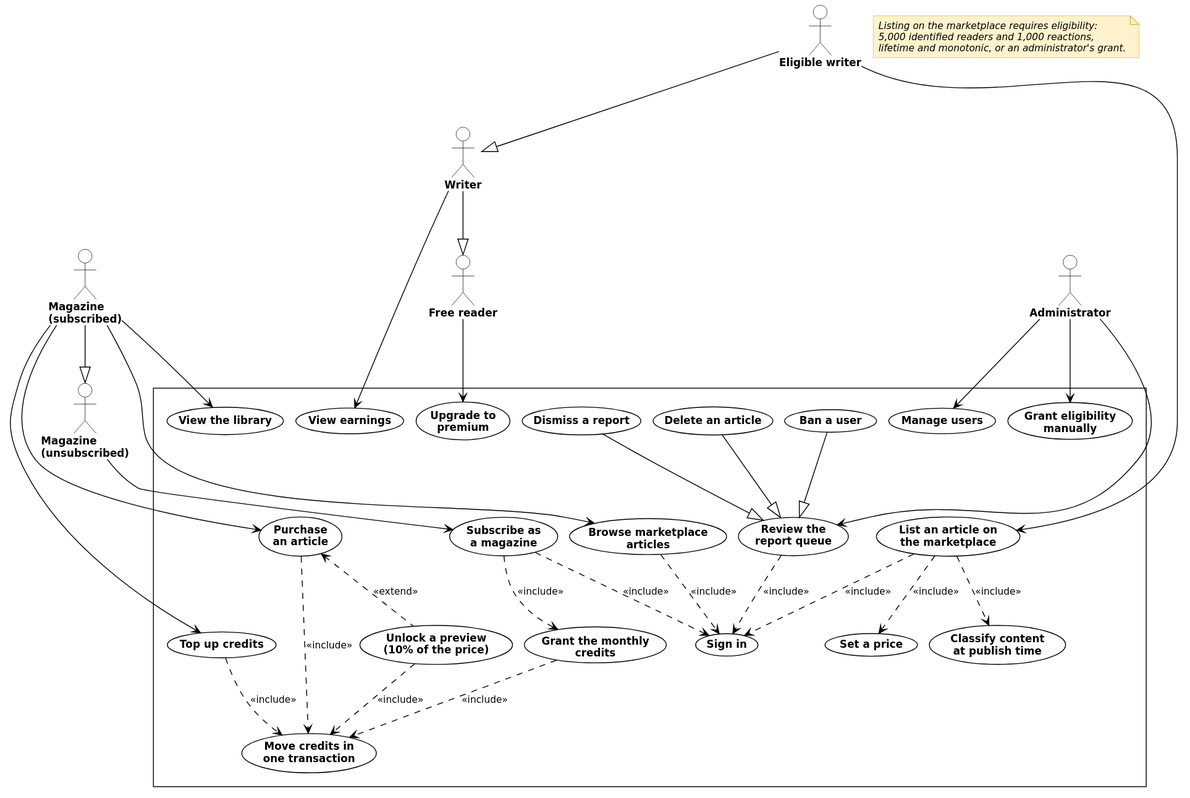
Earlier version of the PlantUML export diagrams/fig-6-1-use-case-sprint-5/fig-6-1-use-case-sprint-5.svg (inkwell-dev/spec.inkwell.ai). Its diagram source:
```plantuml
@startuml
!include ../_style.puml
skinparam nodesep 14
skinparam ranksep 65

actor "Free reader" as LG
actor "Writer" as R
actor "Eligible writer" as RE
actor "Magazine\n(unsubscribed)" as MN
actor "Magazine\n(subscribed)" as MA
actor "Administrator" as AD

R  --|> LG
RE --|> R
MA --|> MN

rectangle {
  usecase "Sign in" as AUTH
  usecase "Upgrade to\npremium" as UPGRADE
  usecase "Subscribe as\na magazine" as SUBSCRIBE
  usecase "Grant the monthly\ncredits" as GRANT
  usecase "Top up credits" as TOPUP
  usecase "List an article on\nthe marketplace" as LIST
  usecase "Set a price" as PRICE
  usecase "Browse marketplace\narticles" as BROWSE
  usecase "Purchase\nan article" as BUY
  usecase "Unlock a preview\n(10% of the price)" as PREVIEW
  usecase "Move credits in\none transaction" as LEDGER
  usecase "View the library" as LIB
  usecase "View earnings" as EARN
  usecase "Review the\nreport queue" as MOD
  usecase "Dismiss a report" as MOD1
  usecase "Delete an article" as MOD2
  usecase "Ban a user" as MOD3
  usecase "Grant eligibility\nmanually" as ELIG
  usecase "Manage users" as USERS
  usecase "Classify content\nat publish time" as CLASSIFY
}

LG --> UPGRADE
RE --> LIST
R  --> EARN
MN --> SUBSCRIBE
MA --> BROWSE
MA --> BUY
MA --> TOPUP
MA --> LIB
AD --> MOD
AD --> ELIG
AD --> USERS

MOD1 --|> MOD
MOD2 --|> MOD
MOD3 --|> MOD

SUBSCRIBE ..> GRANT : <<include>>
SUBSCRIBE ..> AUTH : <<include>>
LIST      ..> PRICE : <<include>>
LIST      ..> AUTH : <<include>>
BUY       ..> LEDGER : <<include>>
BUY       <.. PREVIEW : <<extend>>
PREVIEW   ..> LEDGER : <<include>>
TOPUP     ..> LEDGER : <<include>>
GRANT     ..> LEDGER : <<include>>
BROWSE    ..> AUTH : <<include>>
MOD       ..> AUTH : <<include>>
LIST      ..> CLASSIFY : <<include>>


note as N1
  Listing on the marketplace requires eligibility:
  5,000 identified readers and 1,000 reactions,
  lifetime and monotonic, or an administrator's grant.
end note
@enduml
```
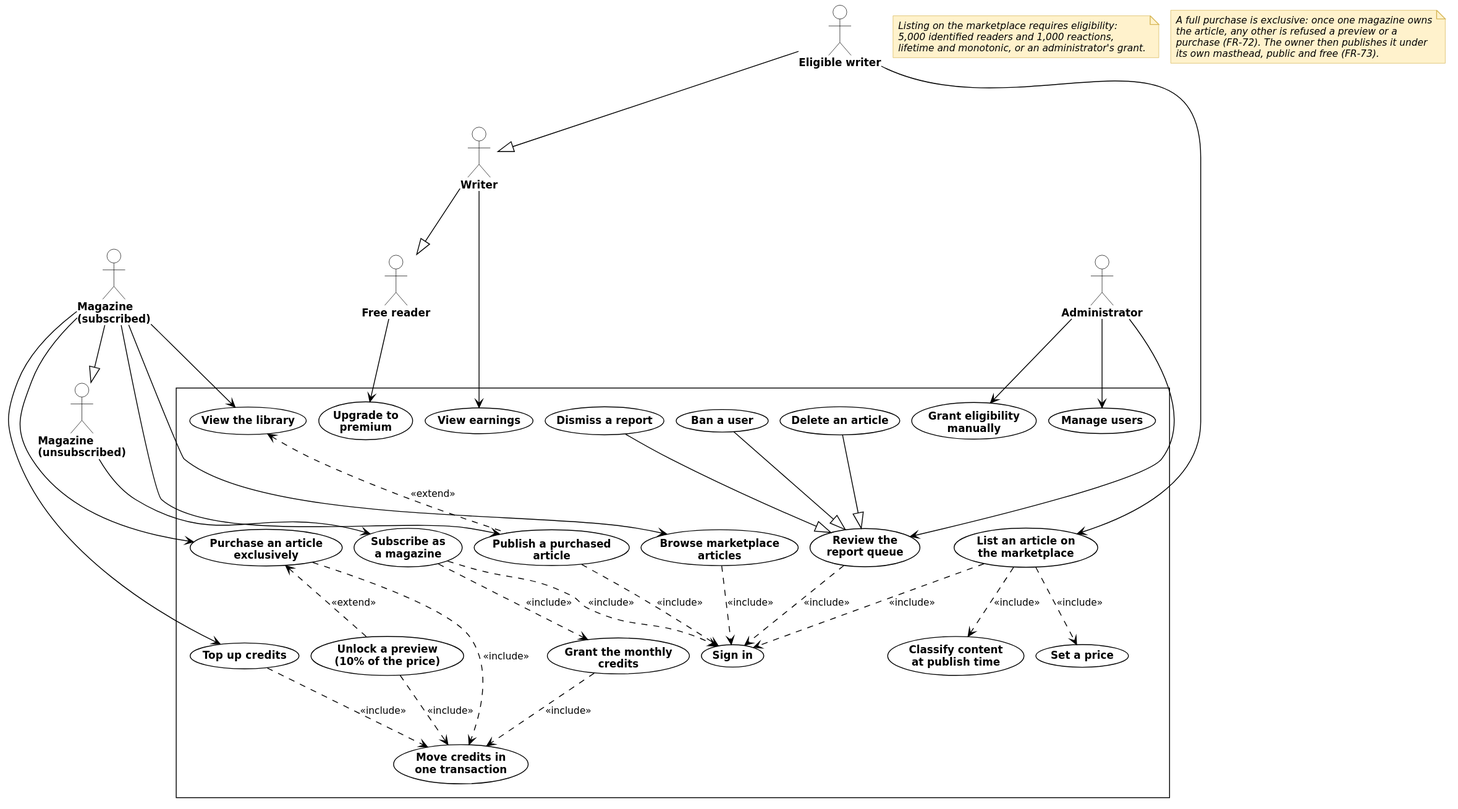
After the change.

Commit message:
docs(diagrams): redraw fig-6-1 with exclusive purchase and publishing

Sprint 5 made a full purchase exclusive (FR-72) and gave the magazine its own
act of publishing what it bought (FR-73, POST
/magazines/me/library/:articleId/publish). The purchase use case now says it is
exclusive, publishing is drawn as an extension of viewing the library, and a
note states both rules.

What changed in the source:
```diff
@@ -23,10 +23,11 @@
   usecase "List an article on\nthe marketplace" as LIST
   usecase "Set a price" as PRICE
   usecase "Browse marketplace\narticles" as BROWSE
-  usecase "Purchase\nan article" as BUY
+  usecase "Purchase an article\nexclusively" as BUY
   usecase "Unlock a preview\n(10% of the price)" as PREVIEW
   usecase "Move credits in\none transaction" as LEDGER
   usecase "View the library" as LIB
+  usecase "Publish a purchased\narticle" as PUBLISH
   usecase "View earnings" as EARN
   usecase "Review the\nreport queue" as MOD
   usecase "Dismiss a report" as MOD1
@@ -45,6 +46,7 @@
 MA --> BUY
 MA --> TOPUP
 MA --> LIB
+MA --> PUBLISH
 AD --> MOD
 AD --> ELIG
 AD --> USERS
@@ -59,6 +61,8 @@
 LIST      ..> AUTH : <<include>>
 BUY       ..> LEDGER : <<include>>
 BUY       <.. PREVIEW : <<extend>>
+LIB       <.. PUBLISH : <<extend>>
+PUBLISH   ..> AUTH : <<include>>
 PREVIEW   ..> LEDGER : <<include>>
 TOPUP     ..> LEDGER : <<include>>
 GRANT     ..> LEDGER : <<include>>
@@ -72,4 +76,11 @@
   5,000 identified readers and 1,000 reactions,
   lifetime and monotonic, or an administrator's grant.
 end note
+
+note as N2
+  A full purchase is exclusive: once one magazine owns
+  the article, any other is refused a preview or a
+  purchase (FR-72). The owner then publishes it under
+  its own masthead, public and free (FR-73).
+end note
 @enduml
```
